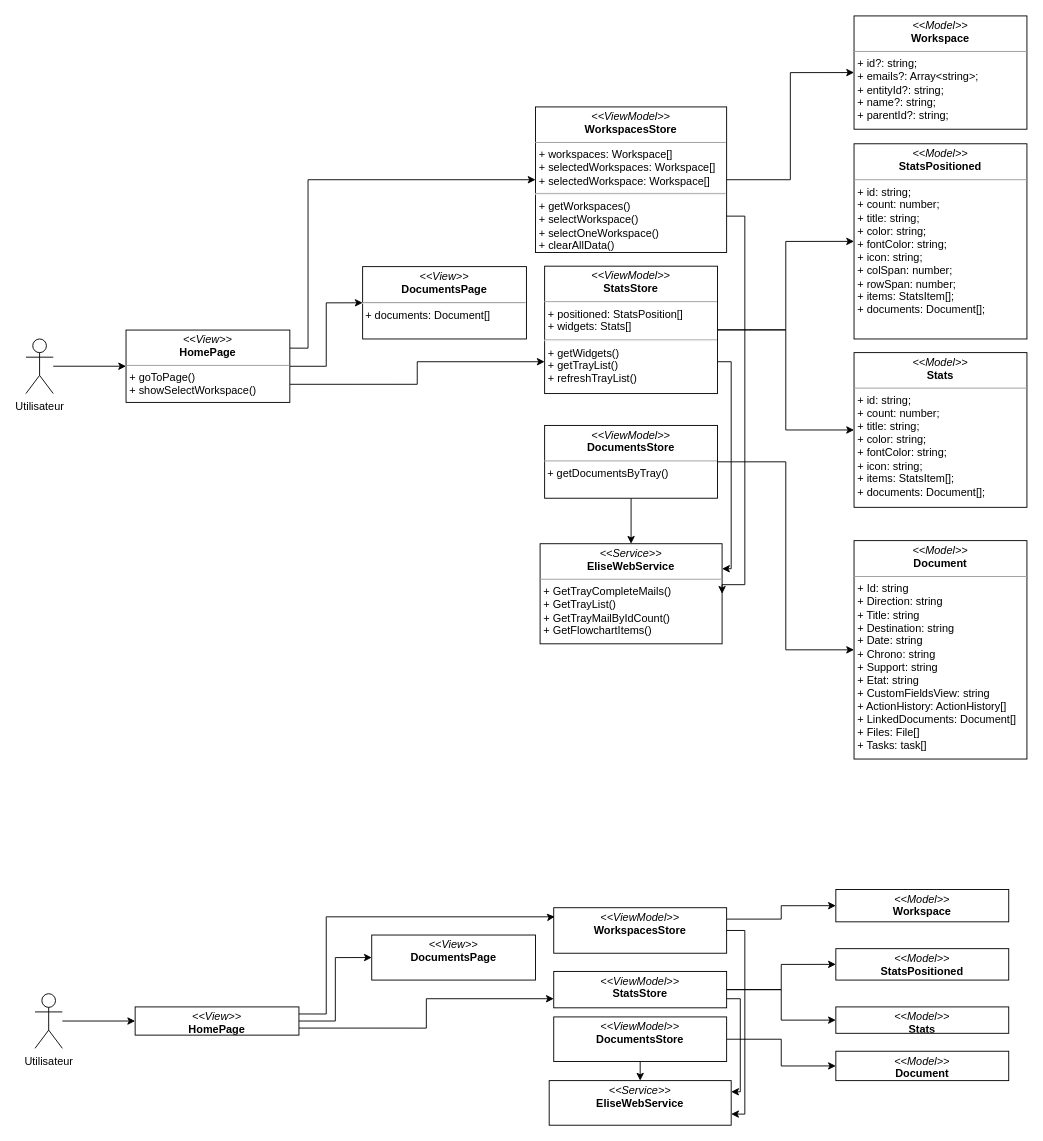
Earlier version of the draw.io diagram dccSprint7.drawio (PFE-Neoledge-2023/rapport). Source tidied: cells renumbered, new cells numbered last; positions are measured from the earlier drawing's top-left corner, leaving out a move shared by most shapes. Both pictures are drawn from the tidied source at 91%, with x=0, y=0 at pixel (25, 15).
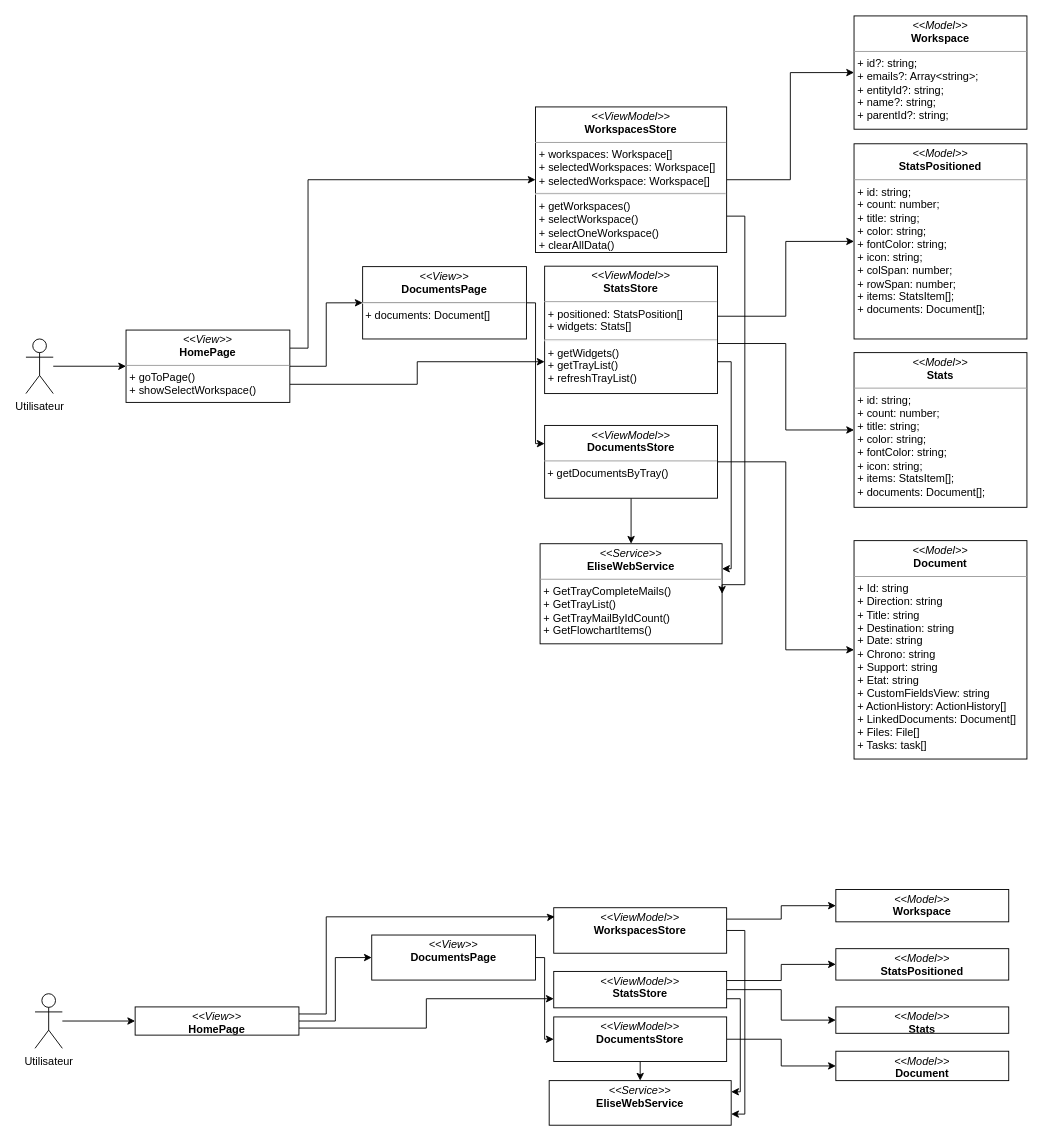
The same diagram, later.

The change refers to these unchanged cells:
```xml
<mxCell id="4" value="&lt;p style=&quot;margin:0px;margin-top:4px;text-align:center;&quot;&gt;&lt;i&gt;&amp;lt;&amp;lt;View&amp;gt;&amp;gt;&lt;/i&gt;&lt;br&gt;&lt;b&gt;DocumentsPage&lt;/b&gt;&lt;/p&gt;&lt;hr&gt;&amp;nbsp;+ documents: Document[]" style="verticalAlign=top;align=left;overflow=fill;fontSize=12;fontFamily=Helvetica;html=1;whiteSpace=wrap;" parent="1" vertex="1">
  <mxGeometry x="370" y="275.5" width="180" height="79.5" as="geometry" />
</mxCell>
<mxCell id="8" value="&lt;p style=&quot;margin:0px;margin-top:4px;text-align:center;&quot;&gt;&lt;i&gt;&amp;lt;&amp;lt;ViewModel&amp;gt;&amp;gt;&lt;/i&gt;&lt;br&gt;&lt;b&gt;StatsStore&lt;/b&gt;&lt;/p&gt;&lt;hr size=&quot;1&quot;&gt;&lt;p style=&quot;margin:0px;margin-left:4px;&quot;&gt;&lt;/p&gt;&lt;p style=&quot;margin:0px;margin-left:4px;&quot;&gt;+ positioned: StatsPosition[]&lt;/p&gt;&lt;p style=&quot;margin:0px;margin-left:4px;&quot;&gt;+ widgets: Stats[]&lt;/p&gt;&lt;hr&gt;&lt;p style=&quot;margin:0px;margin-left:4px;&quot;&gt;+&amp;nbsp;&lt;span style=&quot;background-color: initial;&quot;&gt;getWidgets()&lt;/span&gt;&lt;/p&gt;&lt;p style=&quot;margin:0px;margin-left:4px;&quot;&gt;+ getTrayList()&lt;/p&gt;&lt;p style=&quot;margin:0px;margin-left:4px;&quot;&gt;&lt;span style=&quot;background-color: initial;&quot;&gt;+ refreshTrayList()&lt;br&gt;&lt;/span&gt;&lt;/p&gt;" style="verticalAlign=top;align=left;overflow=fill;fontSize=12;fontFamily=Helvetica;html=1;whiteSpace=wrap;" parent="1" vertex="1">
  <mxGeometry x="570" y="275" width="190" height="140" as="geometry" />
</mxCell>
<mxCell id="17" value="&lt;p style=&quot;margin:0px;margin-top:4px;text-align:center;&quot;&gt;&lt;i&gt;&amp;lt;&amp;lt;ViewModel&amp;gt;&amp;gt;&lt;/i&gt;&lt;br&gt;&lt;b&gt;DocumentsStore&lt;/b&gt;&lt;/p&gt;&lt;hr size=&quot;1&quot;&gt;&lt;p style=&quot;margin:0px;margin-left:4px;&quot;&gt;&lt;/p&gt;&lt;p style=&quot;margin:0px;margin-left:4px;&quot;&gt;&lt;/p&gt;&amp;nbsp;+ getDocumentsByTray()" style="verticalAlign=top;align=left;overflow=fill;fontSize=12;fontFamily=Helvetica;html=1;whiteSpace=wrap;" parent="1" vertex="1">
  <mxGeometry x="570" y="450" width="190" height="80" as="geometry" />
</mxCell>
<mxCell id="18" value="&lt;p style=&quot;margin:0px;margin-top:4px;text-align:center;&quot;&gt;&lt;i&gt;&amp;lt;&amp;lt;Model&amp;gt;&amp;gt;&lt;/i&gt;&lt;br&gt;&lt;b&gt;StatsPositioned&lt;/b&gt;&lt;br&gt;&lt;/p&gt;&lt;hr size=&quot;1&quot;&gt;&lt;p style=&quot;margin:0px;margin-left:4px;&quot;&gt;&lt;/p&gt;&lt;p style=&quot;margin:0px;margin-left:4px;&quot;&gt;+ id: string;&lt;/p&gt;&lt;p style=&quot;margin:0px;margin-left:4px;&quot;&gt;+ count: number;&lt;/p&gt;&lt;p style=&quot;margin:0px;margin-left:4px;&quot;&gt;+ title: string;&lt;/p&gt;&lt;p style=&quot;margin:0px;margin-left:4px;&quot;&gt;+ color: string;&lt;/p&gt;&lt;p style=&quot;margin:0px;margin-left:4px;&quot;&gt;+ fontColor: string;&lt;/p&gt;&lt;p style=&quot;margin:0px;margin-left:4px;&quot;&gt;+ icon: string;&lt;/p&gt;&lt;p style=&quot;margin:0px;margin-left:4px;&quot;&gt;+ colSpan: number;&lt;/p&gt;&lt;p style=&quot;margin:0px;margin-left:4px;&quot;&gt;+ rowSpan: number;&lt;/p&gt;&lt;p style=&quot;margin:0px;margin-left:4px;&quot;&gt;+ items: StatsItem[];&lt;/p&gt;&lt;p style=&quot;margin:0px;margin-left:4px;&quot;&gt;+ documents: Document[];&lt;/p&gt;&lt;div&gt;&lt;br&gt;&lt;/div&gt;" style="verticalAlign=top;align=left;overflow=fill;fontSize=12;fontFamily=Helvetica;html=1;whiteSpace=wrap;" parent="1" vertex="1">
  <mxGeometry x="910" y="140.5" width="190" height="214.5" as="geometry" />
</mxCell>
<mxCell id="19" value="&lt;p style=&quot;margin:0px;margin-top:4px;text-align:center;&quot;&gt;&lt;i&gt;&amp;lt;&amp;lt;Model&amp;gt;&amp;gt;&lt;/i&gt;&lt;br&gt;&lt;b&gt;Stats&lt;/b&gt;&lt;br&gt;&lt;/p&gt;&lt;hr size=&quot;1&quot;&gt;&lt;p style=&quot;margin:0px;margin-left:4px;&quot;&gt;&lt;/p&gt;&lt;p style=&quot;margin:0px;margin-left:4px;&quot;&gt;+ id: string;&lt;/p&gt;&lt;p style=&quot;margin:0px;margin-left:4px;&quot;&gt;+ count: number;&lt;/p&gt;&lt;p style=&quot;margin:0px;margin-left:4px;&quot;&gt;+ title: string;&lt;/p&gt;&lt;p style=&quot;margin:0px;margin-left:4px;&quot;&gt;+ color: string;&lt;/p&gt;&lt;p style=&quot;margin:0px;margin-left:4px;&quot;&gt;+ fontColor: string;&lt;/p&gt;&lt;p style=&quot;margin:0px;margin-left:4px;&quot;&gt;+ icon: string;&lt;/p&gt;&lt;p style=&quot;margin:0px;margin-left:4px;&quot;&gt;+ items: StatsItem[];&lt;/p&gt;&lt;p style=&quot;margin:0px;margin-left:4px;&quot;&gt;+ documents: Document[];&lt;/p&gt;&lt;div&gt;&lt;br&gt;&lt;/div&gt;" style="verticalAlign=top;align=left;overflow=fill;fontSize=12;fontFamily=Helvetica;html=1;whiteSpace=wrap;" parent="1" vertex="1">
  <mxGeometry x="910" y="370" width="190" height="170" as="geometry" />
</mxCell>
<mxCell id="23" value="&lt;p style=&quot;margin:0px;margin-top:4px;text-align:center;&quot;&gt;&lt;i&gt;&amp;lt;&amp;lt;View&amp;gt;&amp;gt;&lt;/i&gt;&lt;br&gt;&lt;b&gt;DocumentsPage&lt;/b&gt;&lt;/p&gt;" style="verticalAlign=top;align=left;overflow=fill;fontSize=12;fontFamily=Helvetica;html=1;whiteSpace=wrap;" parent="1" vertex="1">
  <mxGeometry x="380" y="1010" width="180" height="49.5" as="geometry" />
</mxCell>
<mxCell id="27" value="&lt;p style=&quot;margin:0px;margin-top:4px;text-align:center;&quot;&gt;&lt;i&gt;&amp;lt;&amp;lt;ViewModel&amp;gt;&amp;gt;&lt;/i&gt;&lt;br&gt;&lt;b&gt;StatsStore&lt;/b&gt;&lt;/p&gt;&lt;p style=&quot;margin:0px;margin-left:4px;&quot;&gt;&lt;br&gt;&lt;/p&gt;" style="verticalAlign=top;align=left;overflow=fill;fontSize=12;fontFamily=Helvetica;html=1;whiteSpace=wrap;" parent="1" vertex="1">
  <mxGeometry x="580" y="1050" width="190" height="40" as="geometry" />
</mxCell>
<mxCell id="35" value="&lt;p style=&quot;margin:0px;margin-top:4px;text-align:center;&quot;&gt;&lt;i&gt;&amp;lt;&amp;lt;ViewModel&amp;gt;&amp;gt;&lt;/i&gt;&lt;br&gt;&lt;b&gt;DocumentsStore&lt;/b&gt;&lt;/p&gt;&lt;p style=&quot;margin:0px;margin-left:4px;&quot;&gt;&lt;br&gt;&lt;/p&gt;" style="verticalAlign=top;align=left;overflow=fill;fontSize=12;fontFamily=Helvetica;html=1;whiteSpace=wrap;" parent="1" vertex="1">
  <mxGeometry x="580" y="1100" width="190" height="49" as="geometry" />
</mxCell>
<mxCell id="36" value="&lt;p style=&quot;margin:0px;margin-top:4px;text-align:center;&quot;&gt;&lt;i&gt;&amp;lt;&amp;lt;Model&amp;gt;&amp;gt;&lt;/i&gt;&lt;br&gt;&lt;b&gt;StatsPositioned&lt;/b&gt;&lt;br&gt;&lt;/p&gt;&lt;p style=&quot;margin:0px;margin-left:4px;&quot;&gt;&lt;br&gt;&lt;/p&gt;&lt;div&gt;&lt;br&gt;&lt;/div&gt;" style="verticalAlign=top;align=left;overflow=fill;fontSize=12;fontFamily=Helvetica;html=1;whiteSpace=wrap;" parent="1" vertex="1">
  <mxGeometry x="890" y="1025" width="190" height="34.5" as="geometry" />
</mxCell>
<mxCell id="37" value="&lt;p style=&quot;margin:0px;margin-top:4px;text-align:center;&quot;&gt;&lt;i&gt;&amp;lt;&amp;lt;Model&amp;gt;&amp;gt;&lt;/i&gt;&lt;br&gt;&lt;b&gt;Stats&lt;/b&gt;&lt;br&gt;&lt;/p&gt;&lt;p style=&quot;margin:0px;margin-left:4px;&quot;&gt;&lt;br&gt;&lt;/p&gt;&lt;div&gt;&lt;br&gt;&lt;/div&gt;" style="verticalAlign=top;align=left;overflow=fill;fontSize=12;fontFamily=Helvetica;html=1;whiteSpace=wrap;" parent="1" vertex="1">
  <mxGeometry x="890" y="1089" width="190" height="29" as="geometry" />
</mxCell>
```

Change to the diagram source:
```diff
@@
+    <mxCell id="47" style="edgeStyle=orthogonalEdgeStyle;html=1;exitX=1;exitY=0.5;exitDx=0;exitDy=0;entryX=0;entryY=0.25;entryDx=0;entryDy=0;rounded=0;" parent="1" edge="1" source="4" target="17">
+      <mxGeometry relative="1" as="geometry" />
+    </mxCell>
@@
     <mxCell id="5" style="edgeStyle=orthogonalEdgeStyle;rounded=0;html=1;entryX=0;entryY=0.5;entryDx=0;entryDy=0;" parent="1" edge="1" source="8" target="19">
-      <mxGeometry relative="1" as="geometry" />
+      <mxGeometry relative="1" as="geometry">
+        <Array as="points">
+          <mxPoint x="835" y="360" />
+          <mxPoint x="835" y="455" />
+        </Array>
+      </mxGeometry>
     </mxCell>
     <mxCell id="6" style="edgeStyle=orthogonalEdgeStyle;rounded=0;html=1;entryX=0;entryY=0.5;entryDx=0;entryDy=0;" parent="1" edge="1" source="8" target="18">
-      <mxGeometry relative="1" as="geometry" />
+      <mxGeometry relative="1" as="geometry">
+        <Array as="points">
+          <mxPoint x="835" y="330" />
+          <mxPoint x="835" y="248" />
+        </Array>
+      </mxGeometry>
     </mxCell>
@@
+    <mxCell id="48" style="edgeStyle=orthogonalEdgeStyle;rounded=0;html=1;exitX=1;exitY=0.5;exitDx=0;exitDy=0;entryX=0;entryY=0.5;entryDx=0;entryDy=0;" parent="1" edge="1" source="23" target="35">
+      <mxGeometry relative="1" as="geometry" />
+    </mxCell>
@@
     <mxCell id="24" style="edgeStyle=orthogonalEdgeStyle;rounded=0;html=1;entryX=0;entryY=0.5;entryDx=0;entryDy=0;" parent="1" edge="1" source="27" target="37">
-      <mxGeometry relative="1" as="geometry" />
+      <mxGeometry relative="1" as="geometry">
+        <Array as="points">
+          <mxPoint x="830" y="1070" />
+          <mxPoint x="830" y="1103" />
+        </Array>
+      </mxGeometry>
     </mxCell>
     <mxCell id="25" style="edgeStyle=orthogonalEdgeStyle;rounded=0;html=1;entryX=0;entryY=0.5;entryDx=0;entryDy=0;" parent="1" edge="1" source="27" target="36">
-      <mxGeometry relative="1" as="geometry" />
+      <mxGeometry relative="1" as="geometry">
+        <Array as="points">
+          <mxPoint x="830" y="1060" />
+          <mxPoint x="830" y="1042" />
+        </Array>
+      </mxGeometry>
     </mxCell>
```
